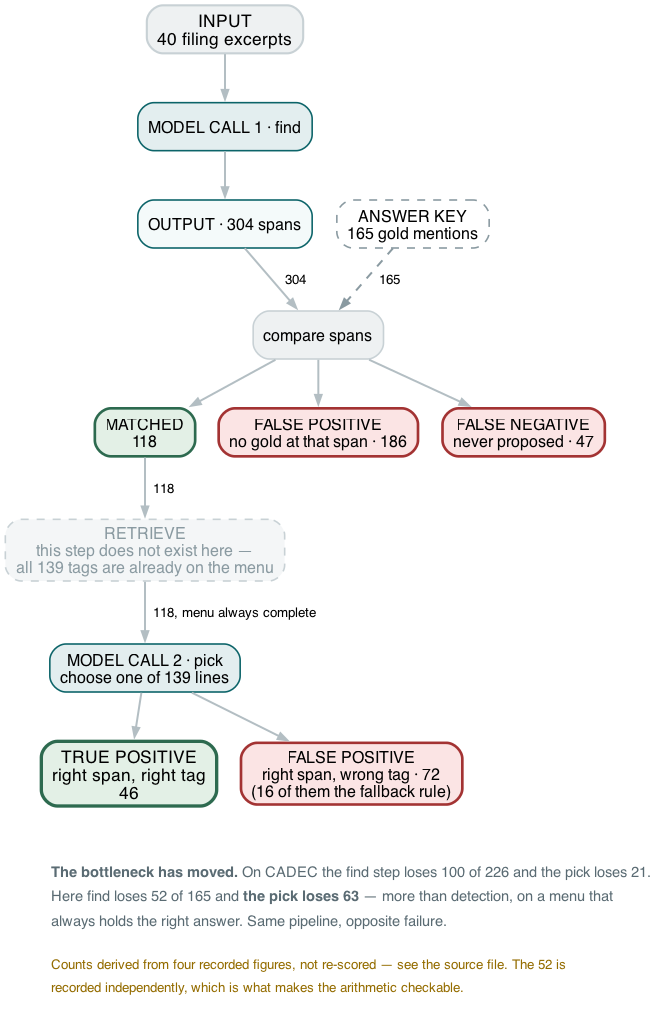
Earlier version of the Graphviz export docs/figures/fig12-finer-funnel.png (wbagais/reliability-ladder). Its source is kept beside it as docs/figures/fig12-finer-funnel.dot.
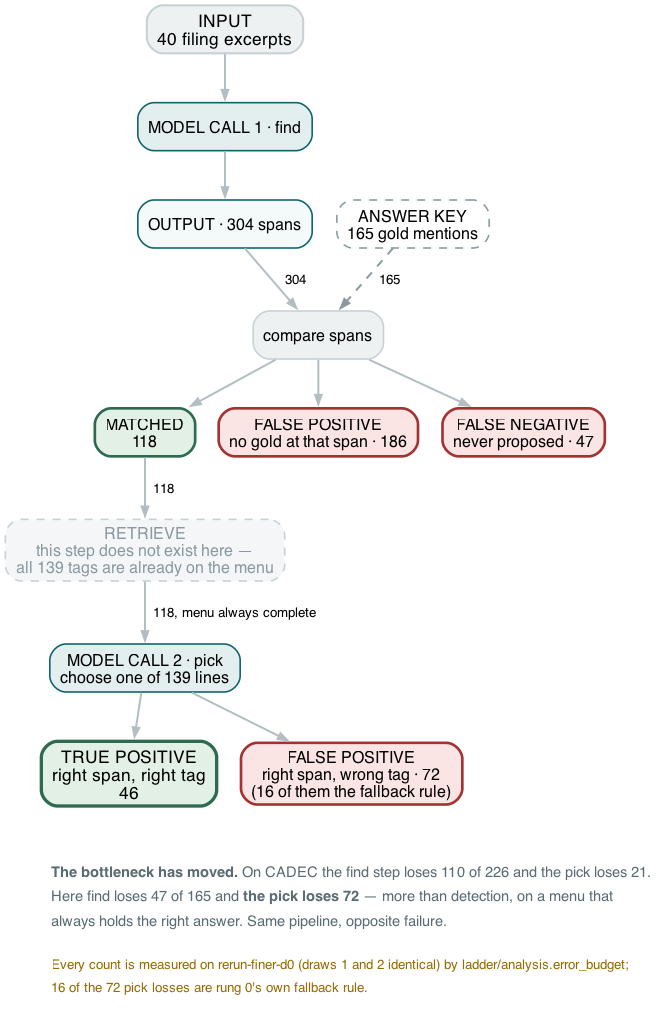
The same diagram one commit later.

Diff of the diagram source:
```diff
@@ -35,12 +35,12 @@
 
   note [shape=plaintext style="" fillcolor="white"
         label=<<TABLE BORDER="0" CELLBORDER="0" CELLSPACING="0" CELLPADDING="3">
-        <TR><TD ALIGN="LEFT"><FONT POINT-SIZE="11" COLOR="#5a6b73"><B>The bottleneck has moved.</B> On CADEC the find step loses 100 of 226 and the pick loses 21.</FONT></TD></TR>
-        <TR><TD ALIGN="LEFT"><FONT POINT-SIZE="11" COLOR="#5a6b73">Here find loses 52 of 165 and <B>the pick loses 63</B> — more than detection, on a menu that</FONT></TD></TR>
+        <TR><TD ALIGN="LEFT"><FONT POINT-SIZE="11" COLOR="#5a6b73"><B>The bottleneck has moved.</B> On CADEC the find step loses 110 of 226 and the pick loses 21.</FONT></TD></TR>
+        <TR><TD ALIGN="LEFT"><FONT POINT-SIZE="11" COLOR="#5a6b73">Here find loses 47 of 165 and <B>the pick loses 72</B> — more than detection, on a menu that</FONT></TD></TR>
         <TR><TD ALIGN="LEFT"><FONT POINT-SIZE="11" COLOR="#5a6b73">always holds the right answer. Same pipeline, opposite failure.</FONT></TD></TR>
         <TR><TD ALIGN="LEFT"><FONT POINT-SIZE="8"> </FONT></TD></TR>
-        <TR><TD ALIGN="LEFT"><FONT POINT-SIZE="10.5" COLOR="#946c00">Counts derived from four recorded figures, not re-scored — see the source file. The 52 is</FONT></TD></TR>
-        <TR><TD ALIGN="LEFT"><FONT POINT-SIZE="10.5" COLOR="#946c00">recorded independently, which is what makes the arithmetic checkable.</FONT></TD></TR>
+        <TR><TD ALIGN="LEFT"><FONT POINT-SIZE="10.5" COLOR="#946c00">Every count is measured on rerun-finer-d0 (draws 1 and 2 identical) by ladder/analysis.error_budget;</FONT></TD></TR>
+        <TR><TD ALIGN="LEFT"><FONT POINT-SIZE="10.5" COLOR="#946c00">16 of the 72 pick losses are rung 0's own fallback rule.</FONT></TD></TR>
         </TABLE>>];
   fp2 -> note [style=invis];
 }
```
